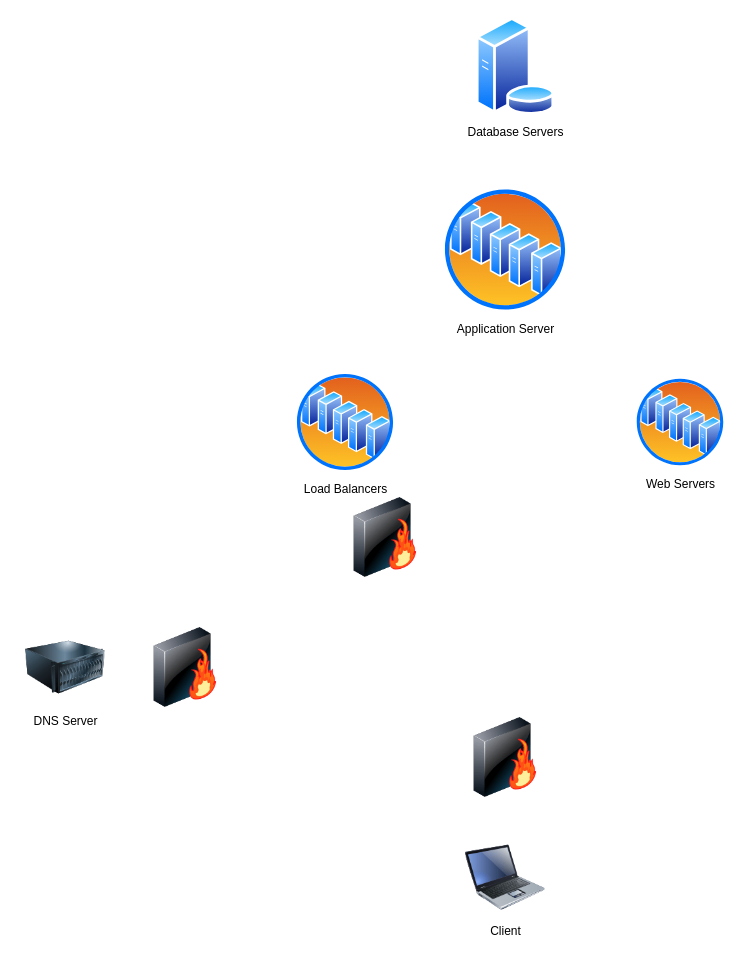
Before: 0x11-what_happens_when_your_type_google_com_in_your_browser_and_press_enter/Untitled Diagram.drawio in getdaniel/alx-system_engineering-devops, a draw.io diagram. Source tidied: cells renumbered, new cells numbered last; positions are measured from the earlier drawing's top-left corner, leaving out a move shared by most shapes. Both pictures are drawn from the tidied source at 100%, with x=0, y=0 at pixel (25, 17).
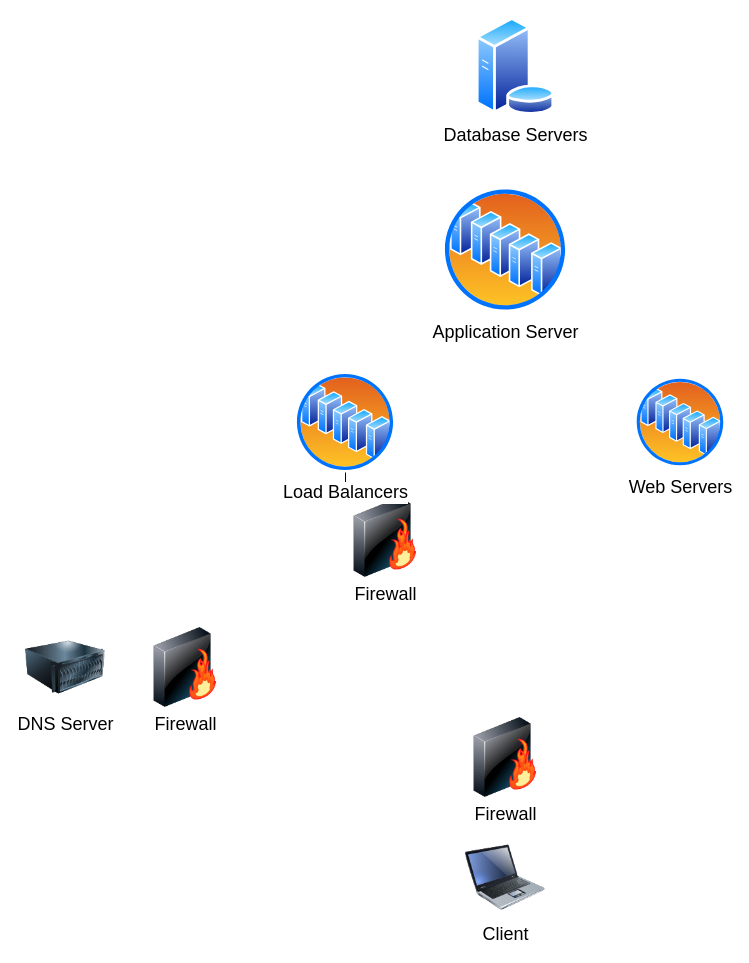
After the change.

Commit message:
add name of obects

The edit, as a diff of the source:
```diff
@@
 <mxGraphModel>
   <root>
     <mxCell id="0" />
     <mxCell id="1" parent="0" />
-    <mxCell id="2" value="Client" style="image;html=1;image=img/lib/clip_art/computers/Laptop_128x128.png;" parent="1" vertex="1">
+    <mxCell id="2" value="&lt;font style=&quot;font-size: 18px;&quot;&gt;Client&lt;/font&gt;" style="image;html=1;image=img/lib/clip_art/computers/Laptop_128x128.png;" parent="1" vertex="1">
       <mxGeometry x="440" y="820" width="80" height="80" as="geometry" />
     </mxCell>
-    <mxCell id="3" value="DNS Server" style="image;html=1;image=img/lib/clip_art/computers/Server_128x128.png;" parent="1" vertex="1">
+    <mxCell id="3" value="&lt;font style=&quot;font-size: 18px;&quot;&gt;DNS Server&lt;/font&gt;" style="image;html=1;image=img/lib/clip_art/computers/Server_128x128.png;" parent="1" vertex="1">
       <mxGeometry y="610" width="80" height="80" as="geometry" />
     </mxCell>
-    <mxCell id="4" style="image;html=1;image=img/lib/clip_art/networking/Firewall-page1_128x128.png;" parent="1" vertex="1">
+    <mxCell id="4" value="&lt;font style=&quot;font-size: 18px;&quot;&gt;Firewall&lt;/font&gt;" style="image;html=1;image=img/lib/clip_art/networking/Firewall-page1_128x128.png;" parent="1" vertex="1">
       <mxGeometry x="440" y="700" width="80" height="80" as="geometry" />
     </mxCell>
-    <mxCell id="5" style="image;html=1;image=img/lib/clip_art/networking/Firewall-page1_128x128.png;" parent="1" vertex="1">
+    <mxCell id="5" value="&lt;font style=&quot;font-size: 18px;&quot;&gt;Firewall&lt;/font&gt;" style="image;html=1;image=img/lib/clip_art/networking/Firewall-page1_128x128.png;" parent="1" vertex="1">
       <mxGeometry x="120" y="610" width="80" height="80" as="geometry" />
     </mxCell>
-    <mxCell id="6" style="image;html=1;image=img/lib/clip_art/networking/Firewall-page1_128x128.png;" parent="1" vertex="1">
+    <mxCell id="6" value="&lt;font style=&quot;font-size: 18px;&quot;&gt;Firewall&lt;/font&gt;" style="image;html=1;image=img/lib/clip_art/networking/Firewall-page1_128x128.png;" parent="1" vertex="1">
       <mxGeometry x="320" y="480" width="80" height="80" as="geometry" />
     </mxCell>
-    <mxCell id="7" value="Web Servers" style="perimeter=ellipsePerimeter;html=1;align=center;shadow=0;dashed=0;spacingTop=3;image;image=img/lib/active_directory/server_farm.svg;" parent="1" vertex="1">
+    <mxCell id="7" value="&lt;font style=&quot;font-size: 18px;&quot;&gt;Web Servers&lt;/font&gt;" style="perimeter=ellipsePerimeter;html=1;align=center;shadow=0;dashed=0;spacingTop=3;image;image=img/lib/active_directory/server_farm.svg;" parent="1" vertex="1">
       <mxGeometry x="610" y="360" width="90" height="90" as="geometry" />
     </mxCell>
+    <mxCell id="11" style="edgeStyle=orthogonalEdgeStyle;rounded=0;jettySize=auto;html=1;fontSize=18;" parent="1" edge="1" source="8" target="6">
+      <mxGeometry relative="1" as="geometry" />
+    </mxCell>
-    <mxCell id="8" value="Load Balancers" style="perimeter=ellipsePerimeter;html=1;align=center;shadow=0;dashed=0;spacingTop=3;image;image=img/lib/active_directory/server_farm.svg;" parent="1" vertex="1">
+    <mxCell id="8" value="&lt;font style=&quot;font-size: 18px;&quot;&gt;Load Balancers&lt;/font&gt;" style="perimeter=ellipsePerimeter;html=1;align=center;shadow=0;dashed=0;spacingTop=3;image;image=img/lib/active_directory/server_farm.svg;" parent="1" vertex="1">
       <mxGeometry x="270" y="355" width="100" height="100" as="geometry" />
     </mxCell>
-    <mxCell id="9" value="Database Servers" style="perimeter=ellipsePerimeter;html=1;align=center;shadow=0;dashed=0;spacingTop=3;image;image=img/lib/active_directory/database_server.svg;" parent="1" vertex="1">
+    <mxCell id="9" value="&lt;font style=&quot;font-size: 18px;&quot;&gt;Database Servers&lt;/font&gt;" style="perimeter=ellipsePerimeter;html=1;align=center;shadow=0;dashed=0;spacingTop=3;image;image=img/lib/active_directory/database_server.svg;" parent="1" vertex="1">
       <mxGeometry x="450" width="80" height="97.6" as="geometry" />
     </mxCell>
-    <mxCell id="10" value="Application Server" style="perimeter=ellipsePerimeter;html=1;align=center;shadow=0;dashed=0;spacingTop=3;image;image=img/lib/active_directory/server_farm.svg;" parent="1" vertex="1">
+    <mxCell id="10" value="&lt;font style=&quot;font-size: 18px;&quot;&gt;Application Server&lt;/font&gt;" style="perimeter=ellipsePerimeter;html=1;align=center;shadow=0;dashed=0;spacingTop=3;image;image=img/lib/active_directory/server_farm.svg;" parent="1" vertex="1">
       <mxGeometry x="417.5" y="170" width="125" height="125" as="geometry" />
     </mxCell>
   </root>
 </mxGraphModel>
```
